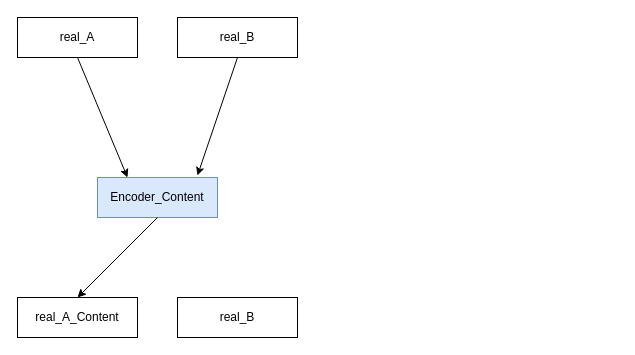
Before: DRIT.drawio in DestineG/drawio, a draw.io diagram. Source tidied: cells renumbered, new cells numbered last; positions are measured from the earlier drawing's top-left corner, leaving out a move shared by most shapes. Both pictures are drawn from the tidied source at 100%, with x=0, y=0 at pixel (17, 17).
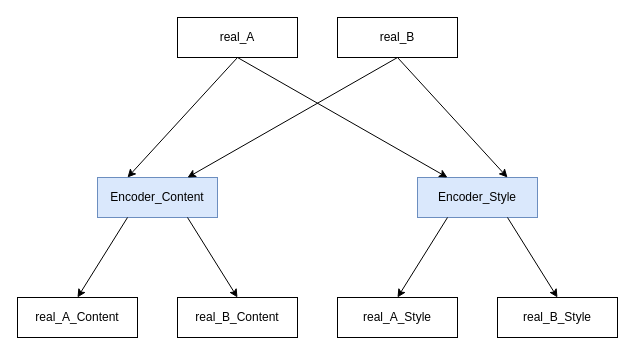
Above is the later version.

Diff of the diagram source:
```diff
@@
 <mxGraphModel>
   <root>
     <mxCell id="0" />
     <mxCell id="1" parent="0" />
     <mxCell id="2" value="real_A" style="rounded=0;whiteSpace=wrap;html=1;" parent="1" vertex="1">
-      <mxGeometry width="120" height="40" as="geometry" />
+      <mxGeometry x="160" width="120" height="40" as="geometry" />
     </mxCell>
     <mxCell id="3" value="real_B" style="rounded=0;whiteSpace=wrap;html=1;" parent="1" vertex="1">
-      <mxGeometry x="160" width="120" height="40" as="geometry" />
+      <mxGeometry x="320" width="120" height="40" as="geometry" />
     </mxCell>
     <mxCell id="4" value="Encoder_Content" style="rounded=0;whiteSpace=wrap;html=1;fillColor=#dae8fc;strokeColor=#6c8ebf;" parent="1" vertex="1">
       <mxGeometry x="80" y="160" width="120" height="40" as="geometry" />
     </mxCell>
     <mxCell id="5" style="endArrow=classic;html=1;rounded=0;exitX=0.5;exitY=1;exitDx=0;exitDy=0;entryX=0.25;entryY=0;entryDx=0;entryDy=0;" parent="1" edge="1" source="2" target="4">
       <mxGeometry relative="1" as="geometry" />
     </mxCell>
-    <mxCell id="6" style="endArrow=classic;html=1;rounded=0;exitX=0.5;exitY=1;exitDx=0;exitDy=0;entryX=0.833;entryY=-0.05;entryDx=0;entryDy=0;entryPerimeter=0;" parent="1" edge="1" source="3" target="4">
+    <mxCell id="6" style="endArrow=classic;html=1;rounded=0;exitX=0.5;exitY=1;exitDx=0;exitDy=0;entryX=0.75;entryY=0;entryDx=0;entryDy=0;" parent="1" edge="1" source="3" target="4">
       <mxGeometry relative="1" as="geometry" />
     </mxCell>
     <mxCell id="7" value="real_A_Content" style="rounded=0;whiteSpace=wrap;html=1;" parent="1" vertex="1">
       <mxGeometry y="280" width="120" height="40" as="geometry" />
     </mxCell>
-    <mxCell id="8" value="real_B" style="rounded=0;whiteSpace=wrap;html=1;" parent="1" vertex="1">
+    <mxCell id="8" value="real_B_Content" style="rounded=0;whiteSpace=wrap;html=1;" parent="1" vertex="1">
       <mxGeometry x="160" y="280" width="120" height="40" as="geometry" />
     </mxCell>
-    <mxCell id="9" style="endArrow=classic;html=1;rounded=0;exitX=0.5;exitY=1;exitDx=0;exitDy=0;entryX=0.5;entryY=0;entryDx=0;entryDy=0;" parent="1" edge="1" source="4" target="7">
+    <mxCell id="9" style="endArrow=classic;html=1;rounded=0;exitX=0.25;exitY=1;exitDx=0;exitDy=0;entryX=0.5;entryY=0;entryDx=0;entryDy=0;" parent="1" edge="1" source="4" target="7">
       <mxGeometry relative="1" as="geometry" />
     </mxCell>
+    <mxCell id="10" style="endArrow=classic;html=1;rounded=0;entryX=0.5;entryY=0;entryDx=0;entryDy=0;exitX=0.75;exitY=1;exitDx=0;exitDy=0;" parent="1" edge="1" source="4" target="8">
+      <mxGeometry relative="1" as="geometry" />
+    </mxCell>
+    <mxCell id="11" value="Encoder_Style" style="rounded=0;whiteSpace=wrap;html=1;fillColor=#dae8fc;strokeColor=#6c8ebf;" parent="1" vertex="1">
+      <mxGeometry x="400" y="160" width="120" height="40" as="geometry" />
+    </mxCell>
+    <mxCell id="12" value="real_A_Style" style="rounded=0;whiteSpace=wrap;html=1;" parent="1" vertex="1">
+      <mxGeometry x="320" y="280" width="120" height="40" as="geometry" />
+    </mxCell>
+    <mxCell id="13" value="real_B_Style" style="rounded=0;whiteSpace=wrap;html=1;" parent="1" vertex="1">
+      <mxGeometry x="480" y="280" width="120" height="40" as="geometry" />
+    </mxCell>
+    <mxCell id="14" style="endArrow=classic;html=1;rounded=0;exitX=0.25;exitY=1;exitDx=0;exitDy=0;entryX=0.5;entryY=0;entryDx=0;entryDy=0;" parent="1" edge="1" source="11" target="12">
+      <mxGeometry relative="1" as="geometry" />
+    </mxCell>
+    <mxCell id="15" style="endArrow=classic;html=1;rounded=0;entryX=0.5;entryY=0;entryDx=0;entryDy=0;exitX=0.75;exitY=1;exitDx=0;exitDy=0;" parent="1" edge="1" source="11" target="13">
+      <mxGeometry relative="1" as="geometry" />
+    </mxCell>
+    <mxCell id="16" style="endArrow=classic;html=1;rounded=0;exitX=0.5;exitY=1;exitDx=0;exitDy=0;entryX=0.25;entryY=0;entryDx=0;entryDy=0;" parent="1" edge="1" source="2" target="11">
+      <mxGeometry relative="1" as="geometry" />
+    </mxCell>
+    <mxCell id="17" style="endArrow=classic;html=1;rounded=0;exitX=0.5;exitY=1;exitDx=0;exitDy=0;entryX=0.75;entryY=0;entryDx=0;entryDy=0;" parent="1" edge="1" source="3" target="11">
+      <mxGeometry relative="1" as="geometry" />
+    </mxCell>
   </root>
 </mxGraphModel>
```
